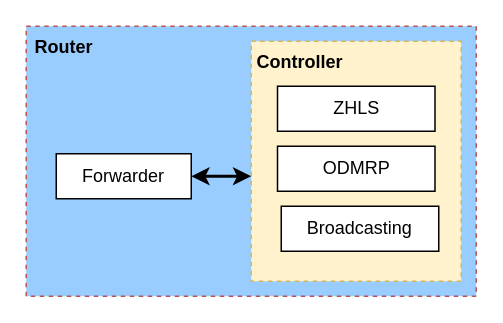
The draw.io diagram page "Router" (3 of 3) of docs/figures/net_stack.drawio in mido3ds/C4IAN, before the edit. Source tidied: cells renumbered, new cells numbered last; positions are measured from the earlier drawing's top-left corner, leaving out a move shared by most shapes. Both pictures are drawn from the tidied source at 150%, with x=0, y=0 at pixel (26, 26).
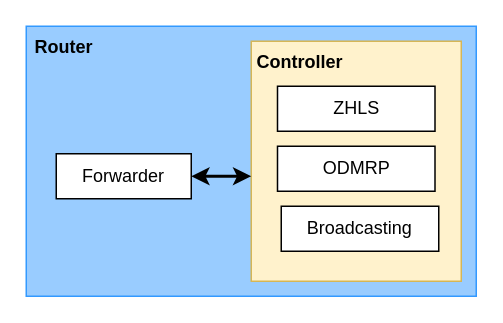
The same page after the edit.

The edit, as a diff of the source:
```diff
@@
 <mxGraphModel>
   <root>
     <mxCell id="0" />
     <mxCell id="1" parent="0" />
-    <mxCell id="2" value="Router" style="rounded=0;whiteSpace=wrap;html=1;verticalAlign=top;align=left;dashed=1;fontStyle=1;fontSize=12;strokeColor=#b85450;spacingTop=0;spacingLeft=4;fillColor=#99CCFF;spacingBottom=1;" parent="1" vertex="1">
+    <mxCell id="2" value="Router" style="rounded=0;whiteSpace=wrap;html=1;verticalAlign=top;align=left;fontStyle=1;fontSize=12;spacingTop=0;spacingLeft=4;fillColor=#99CCFF;spacingBottom=1;strokeColor=#3399FF;" parent="1" vertex="1">
       <mxGeometry width="300" height="180" as="geometry" />
     </mxCell>
     <mxCell id="3" value="Forwarder" style="rounded=0;whiteSpace=wrap;html=1;align=center;" parent="1" vertex="1">
       <mxGeometry x="20" y="85" width="90" height="30" as="geometry" />
     </mxCell>
     <mxCell id="4" style="group;" parent="1" vertex="1">
       <mxGeometry x="150" y="10" width="140" height="160" as="geometry" />
     </mxCell>
-    <mxCell id="5" value="Controller" style="rounded=0;whiteSpace=wrap;html=1;verticalAlign=top;align=left;dashed=1;fontStyle=1;fontSize=12;fillColor=#fff2cc;strokeColor=#d6b656;spacingLeft=2;" parent="4" vertex="1">
+    <mxCell id="5" value="Controller" style="rounded=0;whiteSpace=wrap;html=1;verticalAlign=top;align=left;fontStyle=1;fontSize=12;fillColor=#fff2cc;strokeColor=#d6b656;spacingLeft=2;" parent="4" vertex="1">
       <mxGeometry width="140" height="160" as="geometry" />
     </mxCell>
     <mxCell id="6" value="ZHLS" style="rounded=0;whiteSpace=wrap;html=1;fillColor=#ffffff;align=center;" parent="4" vertex="1">
       <mxGeometry x="17.5" y="30" width="105" height="30" as="geometry" />
     </mxCell>
     <mxCell id="7" value="ODMRP" style="rounded=0;whiteSpace=wrap;html=1;fillColor=#ffffff;align=center;" parent="4" vertex="1">
       <mxGeometry x="17.5" y="70" width="105" height="30" as="geometry" />
     </mxCell>
     <mxCell id="8" value="Broadcasting" style="rounded=0;whiteSpace=wrap;html=1;fillColor=#ffffff;align=center;" parent="4" vertex="1">
       <mxGeometry x="20" y="110" width="105" height="30" as="geometry" />
     </mxCell>
     <mxCell id="9" style="endArrow=classic;startArrow=classic;html=1;labelBackgroundColor=none;strokeWidth=2;exitX=1;exitY=0.5;exitDx=0;exitDy=0;" parent="1" edge="1" source="3">
       <mxGeometry relative="1" as="geometry">
         <mxPoint x="150" y="100" as="targetPoint" />
       </mxGeometry>
     </mxCell>
   </root>
 </mxGraphModel>
```
